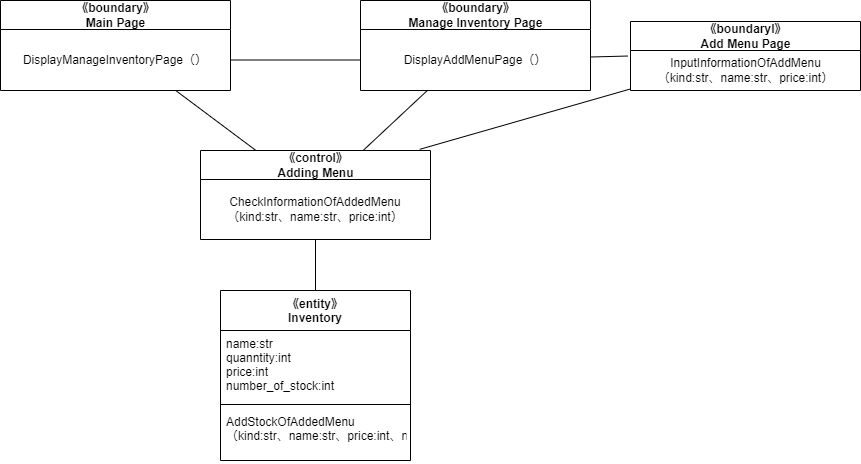
MasakiHiguchi/--- keeps this draw.io diagram as psp4/設計モデルのクラス/設計モデルクラス図_新メニュー.drawio.png. Above is the earlier version. Source tidied: cells renumbered, new cells last; positions are measured from the earlier drawing's top-left corner, leaving out a move shared by most shapes.
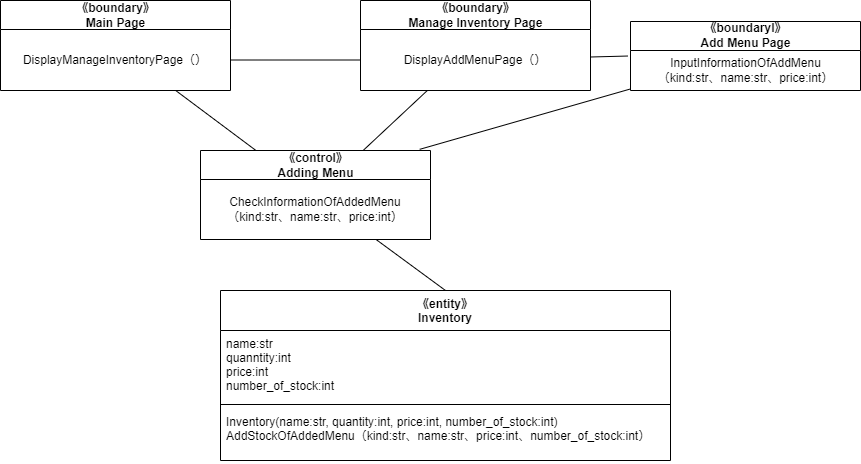
After the commit.

Change to the diagram source:
```diff
@@ -3,16 +3,16 @@
     <mxCell id="0" />
     <mxCell id="1" parent="0" />
     <mxCell id="2" value="《entity》&#10;Inventory" style="swimlane;fontStyle=1;align=center;verticalAlign=top;horizontal=1;startSize=40;" parent="1" vertex="1">
-      <mxGeometry x="220" y="290" width="190" height="170" as="geometry" />
+      <mxGeometry x="220" y="290" width="450" height="170" as="geometry" />
     </mxCell>
     <mxCell id="3" value="name:str&#10;quanntity:int&#10;price:int&#10;number_of_stock:int" style="text;strokeColor=none;fillColor=none;align=left;verticalAlign=top;spacingLeft=4;spacingRight=4;overflow=hidden;" parent="2" vertex="1">
-      <mxGeometry y="40" width="190" height="70" as="geometry" />
+      <mxGeometry y="40" width="450" height="70" as="geometry" />
     </mxCell>
     <mxCell id="4" style="line;strokeWidth=1;fillColor=none;align=left;verticalAlign=middle;spacingTop=-1;spacingLeft=3;spacingRight=3;labelPosition=right;strokeColor=inherit;" parent="2" vertex="1">
-      <mxGeometry y="110" width="190" height="8" as="geometry" />
+      <mxGeometry y="110" width="450" height="8" as="geometry" />
     </mxCell>
-    <mxCell id="5" value="AddStockOfAddedMenu&#10;（kind:str、name:str、price:int、number_of_stock:int）、" style="text;strokeColor=none;fillColor=none;align=left;verticalAlign=top;spacingLeft=4;spacingRight=4;overflow=hidden;" parent="2" vertex="1">
-      <mxGeometry y="118" width="190" height="52" as="geometry" />
+    <mxCell id="5" value="Inventory(name:str, quantity:int, price:int, number_of_stock:int)&#10;AddStockOfAddedMenu（kind:str、name:str、price:int、number_of_stock:int）" style="text;strokeColor=none;fillColor=none;align=left;verticalAlign=top;spacingLeft=4;spacingRight=4;overflow=hidden;" parent="2" vertex="1">
+      <mxGeometry y="118" width="450" height="52" as="geometry" />
     </mxCell>
     <mxCell id="6" style="edgeStyle=none;html=1;entryX=0.5;entryY=0;entryDx=0;entryDy=0;endArrow=none;endFill=0;" parent="1" edge="1" source="7" target="2">
       <mxGeometry relative="1" as="geometry" />
```
